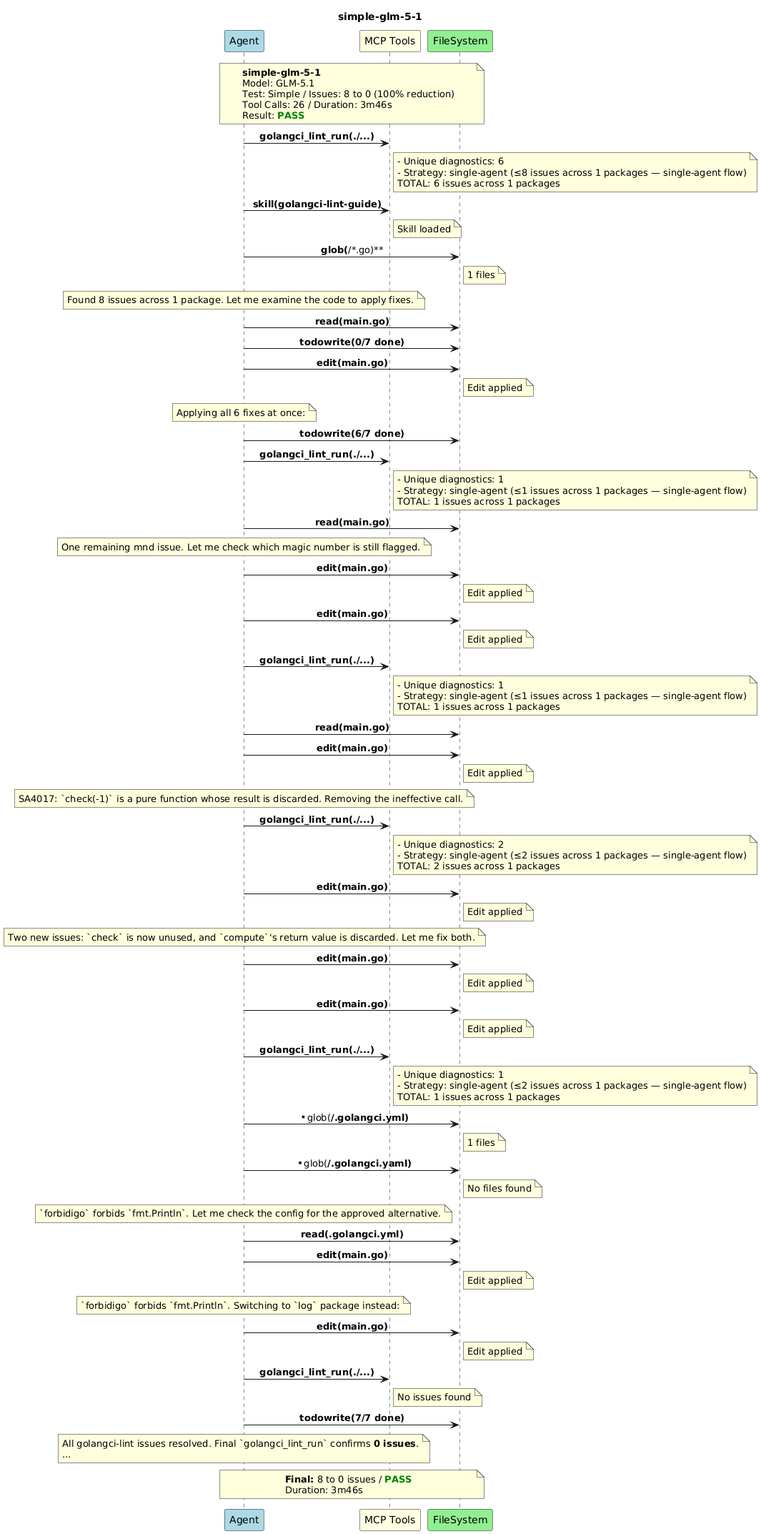
The PlantUML diagram diagrams/simple-glm-5-1.png in wavilen/golangci-lint-mcp, before a commit. The source it was exported from:
```plantuml
@startuml
title simple-glm-5-1

skinparam backgroundColor #FEFEFE
skinparam sequenceMessageAlign center
skinparam maxMessageSize 150

participant "Agent" as A #LightBlue
participant "MCP Tools" as MCP #LightYellow
participant "FileSystem" as FS #LightGreen

note over A, FS
  **simple-glm-5-1**
  Model: GLM-5.1
  Test: Simple / Issues: 8 to 0 (100% reduction)
  Tool Calls: 26 / Duration: 3m46s
  Result: <color:green><b>PASS</b></color>
end note

A -> MCP : **golangci_lint_run(./...)**
note right of MCP
  - Unique diagnostics: 6
  - Strategy: single-agent (≤8 issues across 1 packages — single-agent flow)
  TOTAL: 6 issues across 1 packages
end note
A -> MCP : **skill(golangci-lint-guide)**
note right of MCP : Skill loaded
A -> FS : **glob(**/*.go)**
note right of FS : 1 files
note over A : Found 8 issues across 1 package. Let me examine the code to apply fixes.

A -> FS : **read(main.go)**
A -> FS : **todowrite(0/7 done)**
A -> FS : **edit(main.go)**
note right of FS : Edit applied
note over A : Applying all 6 fixes at once:

A -> FS : **todowrite(6/7 done)**
A -> MCP : **golangci_lint_run(./...)**
note right of MCP
  - Unique diagnostics: 1
  - Strategy: single-agent (≤1 issues across 1 packages — single-agent flow)
  TOTAL: 1 issues across 1 packages
end note
A -> FS : **read(main.go)**
note over A : One remaining mnd issue. Let me check which magic number is still flagged.

A -> FS : **edit(main.go)**
note right of FS : Edit applied
A -> FS : **edit(main.go)**
note right of FS : Edit applied
A -> MCP : **golangci_lint_run(./...)**
note right of MCP
  - Unique diagnostics: 1
  - Strategy: single-agent (≤1 issues across 1 packages — single-agent flow)
  TOTAL: 1 issues across 1 packages
end note
A -> FS : **read(main.go)**
A -> FS : **edit(main.go)**
note right of FS : Edit applied
note over A : SA4017: `check(-1)` is a pure function whose result is discarded. Removing the ineffective call.

A -> MCP : **golangci_lint_run(./...)**
note right of MCP
  - Unique diagnostics: 2
  - Strategy: single-agent (≤2 issues across 1 packages — single-agent flow)
  TOTAL: 2 issues across 1 packages
end note
A -> FS : **edit(main.go)**
note right of FS : Edit applied
note over A : Two new issues: `check` is now unused, and `compute`'s return value is discarded. Let me fix both.

A -> FS : **edit(main.go)**
note right of FS : Edit applied
A -> FS : **edit(main.go)**
note right of FS : Edit applied
A -> MCP : **golangci_lint_run(./...)**
note right of MCP
  - Unique diagnostics: 1
  - Strategy: single-agent (≤2 issues across 1 packages — single-agent flow)
  TOTAL: 1 issues across 1 packages
end note
A -> FS : **glob(**/.golangci.yml)**
note right of FS : 1 files
A -> FS : **glob(**/.golangci.yaml)**
note right of FS : No files found
note over A : `forbidigo` forbids `fmt.Println`. Let me check the config for the approved alternative.

A -> FS : **read(.golangci.yml)**
A -> FS : **edit(main.go)**
note right of FS : Edit applied
note over A : `forbidigo` forbids `fmt.Println`. Switching to `log` package instead:

A -> FS : **edit(main.go)**
note right of FS : Edit applied
A -> MCP : **golangci_lint_run(./...)**
note right of MCP : No issues found
A -> FS : **todowrite(7/7 done)**
note over A
  All golangci-lint issues resolved. Final `golangci_lint_run` confirms **0 issues**.
  ...
end note


note over A, FS
  **Final:** 8 to 0 issues / <color:green><b>PASS</b></color>
  Duration: 3m46s
end note

@enduml
```
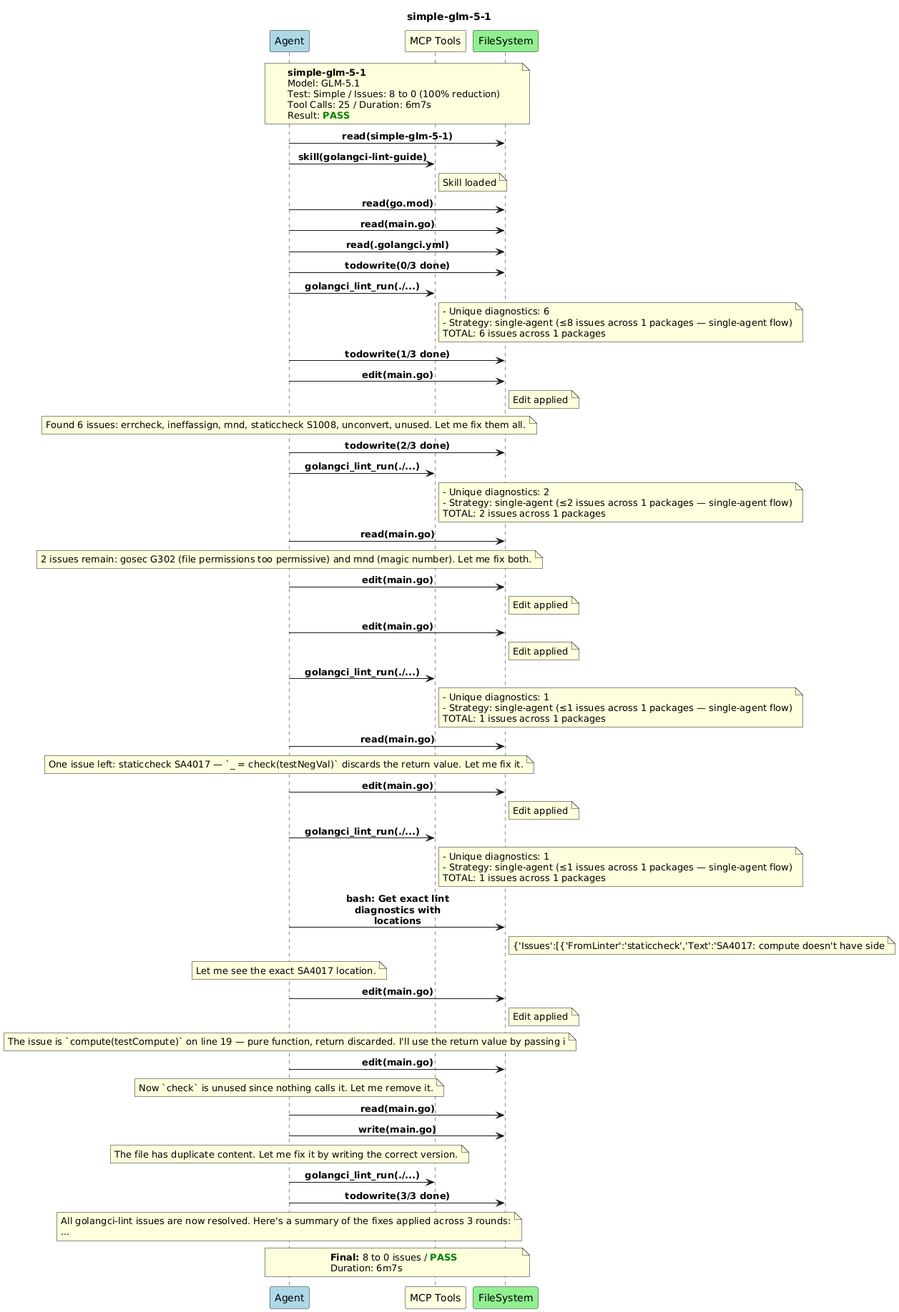
After the commit.

Diff of the diagram source:
```diff
@@ -13,37 +13,37 @@
   **simple-glm-5-1**
   Model: GLM-5.1
   Test: Simple / Issues: 8 to 0 (100% reduction)
-  Tool Calls: 26 / Duration: 3m46s
+  Tool Calls: 25 / Duration: 6m7s
   Result: <color:green><b>PASS</b></color>
 end note
 
+A -> FS : **read(simple-glm-5-1)**
+A -> MCP : **skill(golangci-lint-guide)**
+note right of MCP : Skill loaded
+A -> FS : **read(go.mod)**
+A -> FS : **read(main.go)**
+A -> FS : **read(.golangci.yml)**
+A -> FS : **todowrite(0/3 done)**
 A -> MCP : **golangci_lint_run(./...)**
 note right of MCP
   - Unique diagnostics: 6
   - Strategy: single-agent (≤8 issues across 1 packages — single-agent flow)
   TOTAL: 6 issues across 1 packages
 end note
-A -> MCP : **skill(golangci-lint-guide)**
-note right of MCP : Skill loaded
-A -> FS : **glob(**/*.go)**
-note right of FS : 1 files
-note over A : Found 8 issues across 1 package. Let me examine the code to apply fixes.
-
-A -> FS : **read(main.go)**
-A -> FS : **todowrite(0/7 done)**
+A -> FS : **todowrite(1/3 done)**
 A -> FS : **edit(main.go)**
 note right of FS : Edit applied
-note over A : Applying all 6 fixes at once:
+note over A : Found 6 issues: errcheck, ineffassign, mnd, staticcheck S1008, unconvert, unused. Let me fix them all.
 
-A -> FS : **todowrite(6/7 done)**
+A -> FS : **todowrite(2/3 done)**
 A -> MCP : **golangci_lint_run(./...)**
 note right of MCP
-  - Unique diagnostics: 1
-  - Strategy: single-agent (≤1 issues across 1 packages — single-agent flow)
-  TOTAL: 1 issues across 1 packages
+  - Unique diagnostics: 2
+  - Strategy: single-agent (≤2 issues across 1 packages — single-agent flow)
+  TOTAL: 2 issues across 1 packages
 end note
 A -> FS : **read(main.go)**
-note over A : One remaining mnd issue. Let me check which magic number is still flagged.
+note over A : 2 issues remain: gosec G302 (file permissions too permissive) and mnd (magic number). Let me fix both.
 
 A -> FS : **edit(main.go)**
 note right of FS : Edit applied
@@ -56,55 +56,42 @@
   TOTAL: 1 issues across 1 packages
 end note
 A -> FS : **read(main.go)**
-A -> FS : **edit(main.go)**
-note right of FS : Edit applied
-note over A : SA4017: `check(-1)` is a pure function whose result is discarded. Removing the ineffective call.
+note over A : One issue left: staticcheck SA4017 — `_ = check(testNegVal)` discards the return value. Let me fix it.
 
-A -> MCP : **golangci_lint_run(./...)**
-note right of MCP
-  - Unique diagnostics: 2
-  - Strategy: single-agent (≤2 issues across 1 packages — single-agent flow)
-  TOTAL: 2 issues across 1 packages
-end note
-A -> FS : **edit(main.go)**
-note right of FS : Edit applied
-note over A : Two new issues: `check` is now unused, and `compute`'s return value is discarded. Let me fix both.
-
-A -> FS : **edit(main.go)**
-note right of FS : Edit applied
 A -> FS : **edit(main.go)**
 note right of FS : Edit applied
 A -> MCP : **golangci_lint_run(./...)**
 note right of MCP
   - Unique diagnostics: 1
-  - Strategy: single-agent (≤2 issues across 1 packages — single-agent flow)
+  - Strategy: single-agent (≤1 issues across 1 packages — single-agent flow)
   TOTAL: 1 issues across 1 packages
 end note
-A -> FS : **glob(**/.golangci.yml)**
-note right of FS : 1 files
-A -> FS : **glob(**/.golangci.yaml)**
-note right of FS : No files found
-note over A : `forbidigo` forbids `fmt.Println`. Let me check the config for the approved alternative.
-
-A -> FS : **read(.golangci.yml)**
-A -> FS : **edit(main.go)**
-note right of FS : Edit applied
-note over A : `forbidigo` forbids `fmt.Println`. Switching to `log` package instead:
+A -> FS : **bash: Get exact lint diagnostics with locations**
+note right of FS : {'Issues':[{'FromLinter':'staticcheck','Text':'SA4017: compute doesn't have side
+note over A : Let me see the exact SA4017 location.
 
 A -> FS : **edit(main.go)**
 note right of FS : Edit applied
+note over A : The issue is `compute(testCompute)` on line 19 — pure function, return discarded. I'll use the return value by passing i
+
+A -> FS : **edit(main.go)**
+note over A : Now `check` is unused since nothing calls it. Let me remove it.
+
+A -> FS : **read(main.go)**
+A -> FS : **write(main.go)**
+note over A : The file has duplicate content. Let me fix it by writing the correct version.
+
 A -> MCP : **golangci_lint_run(./...)**
-note right of MCP : No issues found
-A -> FS : **todowrite(7/7 done)**
+A -> FS : **todowrite(3/3 done)**
 note over A
-  All golangci-lint issues resolved. Final `golangci_lint_run` confirms **0 issues**.
+  All golangci-lint issues are now resolved. Here's a summary of the fixes applied across 3 rounds:
   ...
 end note
 
 
 note over A, FS
   **Final:** 8 to 0 issues / <color:green><b>PASS</b></color>
-  Duration: 3m46s
+  Duration: 6m7s
 end note
 
 @enduml
```
